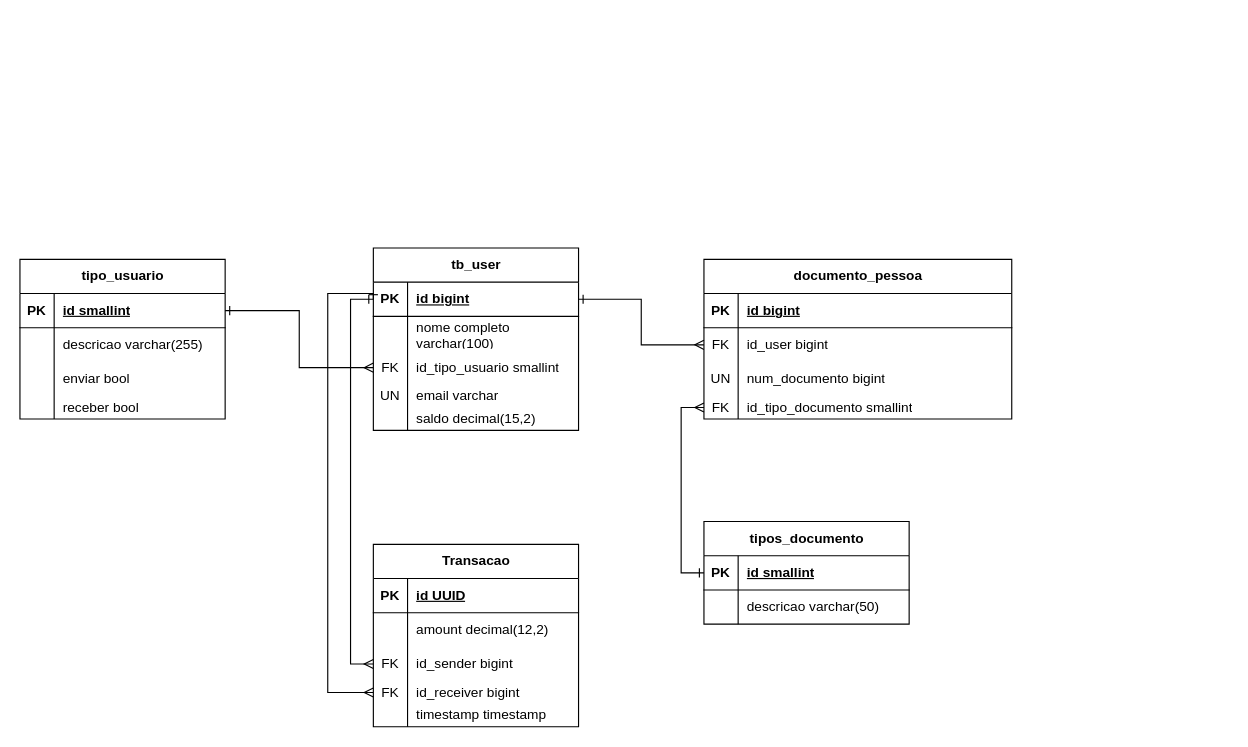
Earlier version of the draw.io diagram docs/modelagem-pp.drawio (JL-Junior/desafio-pp). Source tidied: cells renumbered, new cells numbered last; positions are measured from the earlier drawing's top-left corner, leaving out a move shared by most shapes. Both pictures are drawn from the tidied source at 114%, with x=0, y=0 at pixel (19, 247).
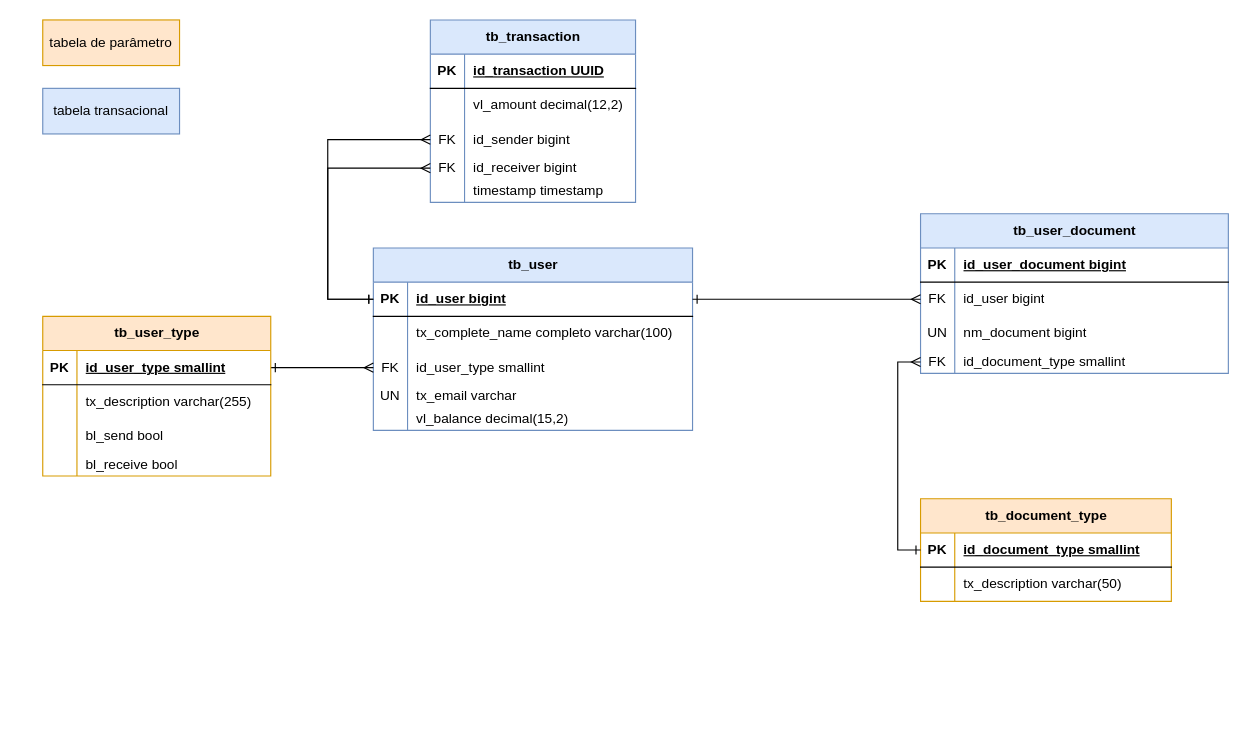
Above is the later version.

The change refers to these unchanged cells:
```xml
<mxCell id="19" style="shape=tableRow;horizontal=0;startSize=0;swimlaneHead=0;swimlaneBody=0;fillColor=none;top=0;left=0;right=0;bottom=1;" parent="18" vertex="1">
  <mxGeometry y="30" width="270" height="30" as="geometry" />
</mxCell>
<mxCell id="25" style="shape=tableRow;horizontal=0;startSize=0;swimlaneHead=0;swimlaneBody=0;fillColor=none;top=0;left=0;right=0;bottom=0;" parent="18" vertex="1">
  <mxGeometry y="90" width="270" height="30" as="geometry" />
</mxCell>
<mxCell id="28" style="shape=tableRow;horizontal=0;startSize=0;swimlaneHead=0;swimlaneBody=0;fillColor=none;points=[[0,0.5],[1,0.5]];portConstraint=eastwest;top=0;left=0;right=0;bottom=0;" parent="18" vertex="1">
  <mxGeometry y="120" width="270" height="20" as="geometry" />
</mxCell>
<mxCell id="55" style="shape=tableRow;horizontal=0;startSize=0;swimlaneHead=0;swimlaneBody=0;fillColor=none;top=0;left=0;right=0;bottom=1;" parent="54" vertex="1">
  <mxGeometry y="30" width="180" height="30" as="geometry" />
</mxCell>
<mxCell id="58" style="shape=tableRow;horizontal=0;startSize=0;swimlaneHead=0;swimlaneBody=0;fillColor=none;top=0;left=0;right=0;bottom=0;" parent="54" vertex="1">
  <mxGeometry y="60" width="180" height="30" as="geometry" />
</mxCell>
<mxCell id="61" style="shape=tableRow;horizontal=0;startSize=0;swimlaneHead=0;swimlaneBody=0;fillColor=none;points=[[0,0.5],[1,0.5]];portConstraint=eastwest;top=0;left=0;right=0;bottom=0;" parent="54" vertex="1">
  <mxGeometry y="90" width="180" height="30" as="geometry" />
</mxCell>
<mxCell id="64" style="shape=tableRow;horizontal=0;startSize=0;swimlaneHead=0;swimlaneBody=0;fillColor=none;points=[[0,0.5],[1,0.5]];portConstraint=eastwest;top=0;left=0;right=0;bottom=0;" parent="54" vertex="1">
  <mxGeometry y="120" width="180" height="20" as="geometry" />
</mxCell>
```

Change to the diagram source:
```diff
@@
-    <mxCell id="2" value="tb_user" style="shape=table;startSize=30;childLayout=tableLayout;rowLines=0;fontStyle=1;align=center;html=1;" parent="1" vertex="1">
-      <mxGeometry x="310" width="180" height="160" as="geometry" />
+    <mxCell id="2" value="tb_user" style="shape=table;startSize=30;childLayout=tableLayout;rowLines=0;fontStyle=1;align=center;html=1;fillColor=#dae8fc;strokeColor=#6c8ebf;" parent="1" vertex="1">
+      <mxGeometry x="310" width="280" height="160" as="geometry" />
     </mxCell>
     <mxCell id="3" style="shape=tableRow;horizontal=0;startSize=0;swimlaneHead=0;swimlaneBody=0;fillColor=none;points=[[0,0.5],[1,0.5]];portConstraint=eastwest;top=0;left=0;right=0;bottom=1;" parent="2" vertex="1">
-      <mxGeometry y="30" width="180" height="30" as="geometry" />
+      <mxGeometry y="30" width="280" height="30" as="geometry" />
     </mxCell>
@@
-    <mxCell id="5" value="id bigint" style="shape=partialRectangle;fillColor=none;top=0;left=0;bottom=0;right=0;align=left;spacingLeft=6;fontStyle=5;overflow=hidden;whiteSpace=wrap;html=1;" parent="3" vertex="1">
-      <mxGeometry x="30" width="150" height="30" as="geometry" />
+    <mxCell id="5" value="id_user bigint" style="shape=partialRectangle;fillColor=none;top=0;left=0;bottom=0;right=0;align=left;spacingLeft=6;fontStyle=5;overflow=hidden;whiteSpace=wrap;html=1;" parent="3" vertex="1">
+      <mxGeometry x="30" width="250" height="30" as="geometry" />
     </mxCell>
     <mxCell id="6" style="shape=tableRow;horizontal=0;startSize=0;swimlaneHead=0;swimlaneBody=0;fillColor=none;top=0;left=0;right=0;bottom=0;" parent="2" vertex="1">
-      <mxGeometry y="60" width="180" height="30" as="geometry" />
+      <mxGeometry y="60" width="280" height="30" as="geometry" />
     </mxCell>
@@
-    <mxCell id="8" value="nome completo varchar(100)" style="shape=partialRectangle;fillColor=none;top=0;left=0;bottom=0;right=0;align=left;spacingLeft=6;overflow=hidden;whiteSpace=wrap;html=1;" parent="6" vertex="1">
-      <mxGeometry x="30" width="150" height="30" as="geometry" />
+    <mxCell id="8" value="tx_complete_name completo varchar(100)" style="shape=partialRectangle;fillColor=none;top=0;left=0;bottom=0;right=0;align=left;spacingLeft=6;overflow=hidden;whiteSpace=wrap;html=1;" parent="6" vertex="1">
+      <mxGeometry x="30" width="250" height="30" as="geometry" />
     </mxCell>
     <mxCell id="9" style="shape=tableRow;horizontal=0;startSize=0;swimlaneHead=0;swimlaneBody=0;fillColor=none;points=[[0,0.5],[1,0.5]];portConstraint=eastwest;top=0;left=0;right=0;bottom=0;" parent="2" vertex="1">
-      <mxGeometry y="90" width="180" height="30" as="geometry" />
+      <mxGeometry y="90" width="280" height="30" as="geometry" />
     </mxCell>
@@
-    <mxCell id="11" value="id_tipo_usuario smallint" style="shape=partialRectangle;fillColor=none;top=0;left=0;bottom=0;right=0;align=left;spacingLeft=6;overflow=hidden;whiteSpace=wrap;html=1;" parent="9" vertex="1">
-      <mxGeometry x="30" width="150" height="30" as="geometry" />
+    <mxCell id="11" value="id_user_type smallint" style="shape=partialRectangle;fillColor=none;top=0;left=0;bottom=0;right=0;align=left;spacingLeft=6;overflow=hidden;whiteSpace=wrap;html=1;" parent="9" vertex="1">
+      <mxGeometry x="30" width="250" height="30" as="geometry" />
     </mxCell>
     <mxCell id="12" style="shape=tableRow;horizontal=0;startSize=0;swimlaneHead=0;swimlaneBody=0;fillColor=none;top=0;left=0;right=0;bottom=0;" parent="2" vertex="1">
-      <mxGeometry y="120" width="180" height="20" as="geometry" />
+      <mxGeometry y="120" width="280" height="20" as="geometry" />
     </mxCell>
@@
-    <mxCell id="14" value="email varchar" style="shape=partialRectangle;fillColor=none;top=0;left=0;bottom=0;right=0;align=left;spacingLeft=6;overflow=hidden;whiteSpace=wrap;html=1;" parent="12" vertex="1">
-      <mxGeometry x="30" width="150" height="20" as="geometry" />
+    <mxCell id="14" value="tx_email varchar" style="shape=partialRectangle;fillColor=none;top=0;left=0;bottom=0;right=0;align=left;spacingLeft=6;overflow=hidden;whiteSpace=wrap;html=1;" parent="12" vertex="1">
+      <mxGeometry x="30" width="250" height="20" as="geometry" />
     </mxCell>
     <mxCell id="15" style="shape=tableRow;horizontal=0;startSize=0;swimlaneHead=0;swimlaneBody=0;fillColor=none;top=0;left=0;right=0;bottom=0;" parent="2" vertex="1">
-      <mxGeometry y="140" width="180" height="20" as="geometry" />
+      <mxGeometry y="140" width="280" height="20" as="geometry" />
     </mxCell>
@@
-    <mxCell id="17" value="saldo decimal(15,2)" style="shape=partialRectangle;fillColor=none;top=0;left=0;bottom=0;right=0;align=left;spacingLeft=6;overflow=hidden;whiteSpace=wrap;html=1;" parent="15" vertex="1">
-      <mxGeometry x="30" width="150" height="20" as="geometry" />
+    <mxCell id="17" value="vl_balance decimal(15,2)" style="shape=partialRectangle;fillColor=none;top=0;left=0;bottom=0;right=0;align=left;spacingLeft=6;overflow=hidden;whiteSpace=wrap;html=1;" parent="15" vertex="1">
+      <mxGeometry x="30" width="250" height="20" as="geometry" />
     </mxCell>
-    <mxCell id="18" value="documento_pessoa" style="shape=table;startSize=30;childLayout=tableLayout;rowLines=0;fontStyle=1;align=center;html=1;" parent="1" vertex="1">
-      <mxGeometry x="600" y="10" width="270" height="140" as="geometry" />
+    <mxCell id="18" value="tb_user_document" style="shape=table;startSize=30;childLayout=tableLayout;rowLines=0;fontStyle=1;align=center;html=1;fillColor=#dae8fc;strokeColor=#6c8ebf;" parent="1" vertex="1">
+      <mxGeometry x="790" y="-30" width="270" height="140" as="geometry" />
     </mxCell>
@@
-    <mxCell id="21" value="id bigint" style="shape=partialRectangle;fillColor=none;top=0;left=0;bottom=0;right=0;align=left;spacingLeft=6;fontStyle=5;overflow=hidden;whiteSpace=wrap;html=1;" parent="19" vertex="1">
+    <mxCell id="21" value="id_user_document bigint" style="shape=partialRectangle;fillColor=none;top=0;left=0;bottom=0;right=0;align=left;spacingLeft=6;fontStyle=5;overflow=hidden;whiteSpace=wrap;html=1;" parent="19" vertex="1">
       <mxGeometry x="30" width="240" height="30" as="geometry" />
     </mxCell>
@@
-    <mxCell id="27" value="num_documento bigint" style="shape=partialRectangle;fillColor=none;top=0;left=0;bottom=0;right=0;align=left;spacingLeft=6;overflow=hidden;whiteSpace=wrap;html=1;" parent="25" vertex="1">
+    <mxCell id="27" value="nm_document bigint" style="shape=partialRectangle;fillColor=none;top=0;left=0;bottom=0;right=0;align=left;spacingLeft=6;overflow=hidden;whiteSpace=wrap;html=1;" parent="25" vertex="1">
       <mxGeometry x="30" width="240" height="30" as="geometry" />
     </mxCell>
@@
-    <mxCell id="30" value="id_tipo_documento smallint" style="shape=partialRectangle;fillColor=none;top=0;left=0;bottom=0;right=0;align=left;spacingLeft=6;overflow=hidden;whiteSpace=wrap;html=1;" parent="28" vertex="1">
+    <mxCell id="30" value="id_document_type smallint" style="shape=partialRectangle;fillColor=none;top=0;left=0;bottom=0;right=0;align=left;spacingLeft=6;overflow=hidden;whiteSpace=wrap;html=1;" parent="28" vertex="1">
       <mxGeometry x="30" width="240" height="20" as="geometry" />
     </mxCell>
-    <mxCell id="31" value="tipos_documento" style="shape=table;startSize=30;childLayout=tableLayout;rowLines=0;fontStyle=1;align=center;html=1;" parent="1" vertex="1">
-      <mxGeometry x="600" y="240" width="180" height="90" as="geometry" />
+    <mxCell id="31" value="tb_document_type" style="shape=table;startSize=30;childLayout=tableLayout;rowLines=0;fontStyle=1;align=center;html=1;fillColor=#ffe6cc;strokeColor=#d79b00;" parent="1" vertex="1">
+      <mxGeometry x="790" y="220" width="220" height="90" as="geometry" />
     </mxCell>
     <mxCell id="32" style="shape=tableRow;horizontal=0;startSize=0;swimlaneHead=0;swimlaneBody=0;fillColor=none;points=[[0,0.5],[1,0.5]];portConstraint=eastwest;top=0;left=0;right=0;bottom=1;" parent="31" vertex="1">
-      <mxGeometry y="30" width="180" height="30" as="geometry" />
+      <mxGeometry y="30" width="220" height="30" as="geometry" />
     </mxCell>
@@
-    <mxCell id="34" value="id smallint" style="shape=partialRectangle;fillColor=none;top=0;left=0;bottom=0;right=0;align=left;spacingLeft=6;fontStyle=5;overflow=hidden;whiteSpace=wrap;html=1;" parent="32" vertex="1">
-      <mxGeometry x="30" width="150" height="30" as="geometry" />
+    <mxCell id="34" value="id_document_type smallint" style="shape=partialRectangle;fillColor=none;top=0;left=0;bottom=0;right=0;align=left;spacingLeft=6;fontStyle=5;overflow=hidden;whiteSpace=wrap;html=1;" parent="32" vertex="1">
+      <mxGeometry x="30" width="190" height="30" as="geometry" />
     </mxCell>
     <mxCell id="35" style="shape=tableRow;horizontal=0;startSize=0;swimlaneHead=0;swimlaneBody=0;fillColor=none;top=0;left=0;right=0;bottom=0;" parent="31" vertex="1">
-      <mxGeometry y="60" width="180" height="30" as="geometry" />
+      <mxGeometry y="60" width="220" height="30" as="geometry" />
     </mxCell>
@@
-    <mxCell id="37" value="descricao varchar(50)" style="shape=partialRectangle;fillColor=none;top=0;left=0;bottom=0;right=0;align=left;spacingLeft=6;overflow=hidden;whiteSpace=wrap;html=1;" parent="35" vertex="1">
-      <mxGeometry x="30" width="150" height="30" as="geometry" />
+    <mxCell id="37" value="tx_description varchar(50)" style="shape=partialRectangle;fillColor=none;top=0;left=0;bottom=0;right=0;align=left;spacingLeft=6;overflow=hidden;whiteSpace=wrap;html=1;" parent="35" vertex="1">
+      <mxGeometry x="30" width="190" height="30" as="geometry" />
     </mxCell>
@@
-    <mxCell id="39" value="tipo_usuario" style="shape=table;startSize=30;childLayout=tableLayout;rowLines=0;fontStyle=1;align=center;html=1;" parent="1" vertex="1">
-      <mxGeometry y="10" width="180" height="140" as="geometry" />
+    <mxCell id="39" value="tb_user_type" style="shape=table;startSize=30;childLayout=tableLayout;rowLines=0;fontStyle=1;align=center;html=1;fillColor=#ffe6cc;strokeColor=#d79b00;" parent="1" vertex="1">
+      <mxGeometry x="20" y="60" width="200" height="140" as="geometry" />
     </mxCell>
     <mxCell id="40" style="shape=tableRow;horizontal=0;startSize=0;swimlaneHead=0;swimlaneBody=0;fillColor=none;points=[[0,0.5],[1,0.5]];portConstraint=eastwest;top=0;left=0;right=0;bottom=1;" parent="39" vertex="1">
-      <mxGeometry y="30" width="180" height="30" as="geometry" />
+      <mxGeometry y="30" width="200" height="30" as="geometry" />
     </mxCell>
@@
-    <mxCell id="42" value="id smallint" style="shape=partialRectangle;fillColor=none;top=0;left=0;bottom=0;right=0;align=left;spacingLeft=6;fontStyle=5;overflow=hidden;whiteSpace=wrap;html=1;" parent="40" vertex="1">
-      <mxGeometry x="30" width="150" height="30" as="geometry" />
+    <mxCell id="42" value="id_user_type smallint" style="shape=partialRectangle;fillColor=none;top=0;left=0;bottom=0;right=0;align=left;spacingLeft=6;fontStyle=5;overflow=hidden;whiteSpace=wrap;html=1;" parent="40" vertex="1">
+      <mxGeometry x="30" width="170" height="30" as="geometry" />
     </mxCell>
     <mxCell id="43" style="shape=tableRow;horizontal=0;startSize=0;swimlaneHead=0;swimlaneBody=0;fillColor=none;top=0;left=0;right=0;bottom=0;" parent="39" vertex="1">
-      <mxGeometry y="60" width="180" height="30" as="geometry" />
+      <mxGeometry y="60" width="200" height="30" as="geometry" />
     </mxCell>
@@
-    <mxCell id="45" value="descricao varchar(255)" style="shape=partialRectangle;fillColor=none;top=0;left=0;bottom=0;right=0;align=left;spacingLeft=6;overflow=hidden;whiteSpace=wrap;html=1;" parent="43" vertex="1">
-      <mxGeometry x="30" width="150" height="30" as="geometry" />
+    <mxCell id="45" value="tx_description varchar(255)" style="shape=partialRectangle;fillColor=none;top=0;left=0;bottom=0;right=0;align=left;spacingLeft=6;overflow=hidden;whiteSpace=wrap;html=1;" parent="43" vertex="1">
+      <mxGeometry x="30" width="170" height="30" as="geometry" />
     </mxCell>
     <mxCell id="46" style="shape=tableRow;horizontal=0;startSize=0;swimlaneHead=0;swimlaneBody=0;fillColor=none;top=0;left=0;right=0;bottom=0;" parent="39" vertex="1">
-      <mxGeometry y="90" width="180" height="30" as="geometry" />
+      <mxGeometry y="90" width="200" height="30" as="geometry" />
     </mxCell>
@@
-    <mxCell id="48" value="enviar bool" style="shape=partialRectangle;fillColor=none;top=0;left=0;bottom=0;right=0;align=left;spacingLeft=6;overflow=hidden;whiteSpace=wrap;html=1;" parent="46" vertex="1">
-      <mxGeometry x="30" width="150" height="30" as="geometry" />
+    <mxCell id="48" value="bl_send bool" style="shape=partialRectangle;fillColor=none;top=0;left=0;bottom=0;right=0;align=left;spacingLeft=6;overflow=hidden;whiteSpace=wrap;html=1;" parent="46" vertex="1">
+      <mxGeometry x="30" width="170" height="30" as="geometry" />
     </mxCell>
     <mxCell id="49" style="shape=tableRow;horizontal=0;startSize=0;swimlaneHead=0;swimlaneBody=0;fillColor=none;top=0;left=0;right=0;bottom=0;" parent="39" vertex="1">
-      <mxGeometry y="120" width="180" height="20" as="geometry" />
+      <mxGeometry y="120" width="200" height="20" as="geometry" />
     </mxCell>
@@
-    <mxCell id="51" value="receber bool" style="shape=partialRectangle;fillColor=none;top=0;left=0;bottom=0;right=0;align=left;spacingLeft=6;overflow=hidden;whiteSpace=wrap;html=1;" parent="49" vertex="1">
-      <mxGeometry x="30" width="150" height="20" as="geometry" />
+    <mxCell id="51" value="bl_receive bool" style="shape=partialRectangle;fillColor=none;top=0;left=0;bottom=0;right=0;align=left;spacingLeft=6;overflow=hidden;whiteSpace=wrap;html=1;" parent="49" vertex="1">
+      <mxGeometry x="30" width="170" height="20" as="geometry" />
     </mxCell>
@@
-    <mxCell id="54" value="Transacao" style="shape=table;startSize=30;childLayout=tableLayout;rowLines=0;fontStyle=1;align=center;html=1;" parent="1" vertex="1">
-      <mxGeometry x="310" y="260" width="180" height="160" as="geometry" />
+    <mxCell id="54" value="tb_transaction" style="shape=table;startSize=30;childLayout=tableLayout;rowLines=0;fontStyle=1;align=center;html=1;fillColor=#dae8fc;strokeColor=#6c8ebf;" parent="1" vertex="1">
+      <mxGeometry x="360" y="-200" width="180" height="160" as="geometry" />
     </mxCell>
@@
-    <mxCell id="57" value="id UUID" style="shape=partialRectangle;fillColor=none;top=0;left=0;bottom=0;right=0;align=left;spacingLeft=6;fontStyle=5;overflow=hidden;whiteSpace=wrap;html=1;" parent="55" vertex="1">
+    <mxCell id="57" value="id_transaction UUID" style="shape=partialRectangle;fillColor=none;top=0;left=0;bottom=0;right=0;align=left;spacingLeft=6;fontStyle=5;overflow=hidden;whiteSpace=wrap;html=1;" parent="55" vertex="1">
       <mxGeometry x="30" width="150" height="30" as="geometry" />
     </mxCell>
@@
-    <mxCell id="60" value="amount decimal(12,2)" style="shape=partialRectangle;fillColor=none;top=0;left=0;bottom=0;right=0;align=left;spacingLeft=6;overflow=hidden;whiteSpace=wrap;html=1;" parent="58" vertex="1">
+    <mxCell id="60" value="vl_amount decimal(12,2)" style="shape=partialRectangle;fillColor=none;top=0;left=0;bottom=0;right=0;align=left;spacingLeft=6;overflow=hidden;whiteSpace=wrap;html=1;" parent="58" vertex="1">
       <mxGeometry x="30" width="150" height="30" as="geometry" />
     </mxCell>
@@
-    <mxCell id="70" style="edgeStyle=orthogonalEdgeStyle;rounded=0;jettySize=auto;html=1;entryX=0;entryY=0.5;entryDx=0;entryDy=0;startArrow=ERmany;startFill=0;endArrow=ERone;endFill=0;" parent="1" edge="1" source="61" target="3">
-      <mxGeometry relative="1" as="geometry" />
+    <mxCell id="70" style="edgeStyle=orthogonalEdgeStyle;rounded=0;jettySize=auto;html=1;entryX=0;entryY=0.5;entryDx=0;entryDy=0;startArrow=ERmany;startFill=0;endArrow=ERone;endFill=0;exitX=0;exitY=0.5;exitDx=0;exitDy=0;" parent="1" edge="1" source="61" target="3">
+      <mxGeometry relative="1" as="geometry">
+        <Array as="points">
+          <mxPoint x="270" y="-95" />
+          <mxPoint x="270" y="45" />
+        </Array>
+      </mxGeometry>
     </mxCell>
-    <mxCell id="71" style="edgeStyle=orthogonalEdgeStyle;rounded=0;jettySize=auto;html=1;entryX=0;entryY=0.5;entryDx=0;entryDy=0;startArrow=ERmany;startFill=0;endArrow=ERone;endFill=0;exitX=0;exitY=0.5;exitDx=0;exitDy=0;" parent="1" edge="1" source="64" target="3">
+    <mxCell id="71" style="edgeStyle=orthogonalEdgeStyle;rounded=0;jettySize=auto;html=1;startArrow=ERmany;startFill=0;endArrow=ERone;endFill=0;exitX=0;exitY=0.5;exitDx=0;exitDy=0;entryX=0;entryY=0.5;entryDx=0;entryDy=0;" parent="1" edge="1" source="64" target="3">
       <mxGeometry relative="1" as="geometry">
         <Array as="points">
-          <mxPoint x="270" y="390" />
-          <mxPoint x="270" y="40" />
-          <mxPoint x="310" y="40" />
+          <mxPoint x="270" y="-70" />
+          <mxPoint x="270" y="45" />
         </Array>
       </mxGeometry>
     </mxCell>
+    <mxCell id="72" value="tabela transacional" style="rounded=0;whiteSpace=wrap;html=1;fillColor=#dae8fc;strokeColor=#6c8ebf;" parent="1" vertex="1">
+      <mxGeometry x="20" y="-140" width="120" height="40" as="geometry" />
+    </mxCell>
+    <mxCell id="73" value="tabela de parâmetro" style="rounded=0;whiteSpace=wrap;html=1;fillColor=#ffe6cc;strokeColor=#d79b00;" parent="1" vertex="1">
+      <mxGeometry x="20" y="-200" width="120" height="40" as="geometry" />
+    </mxCell>
```
